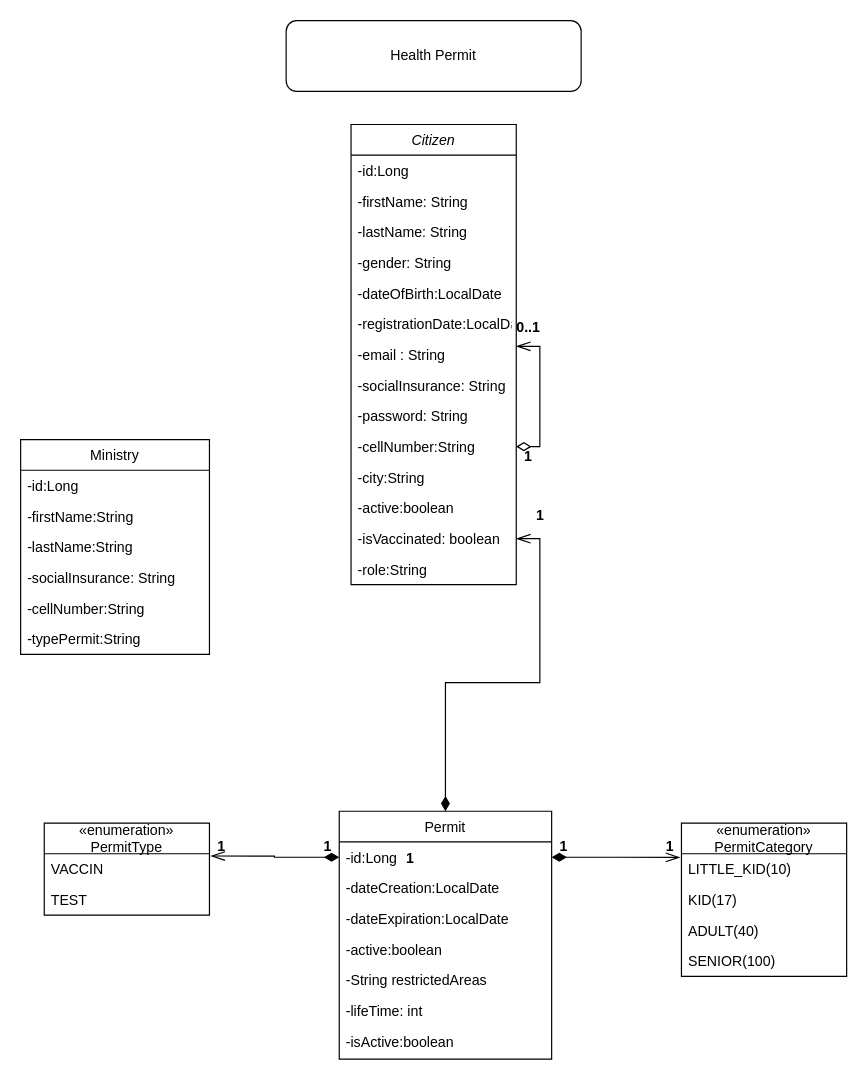
Above: umlQR.drawio in Moussa348/PermisSante (draw.io), before the change. Source tidied: cells renumbered, new cells numbered last; positions are measured from the earlier drawing's top-left corner, leaving out a move shared by most shapes. Both pictures are drawn from the tidied source at 118%, with x=0, y=0 at pixel (20, 20).
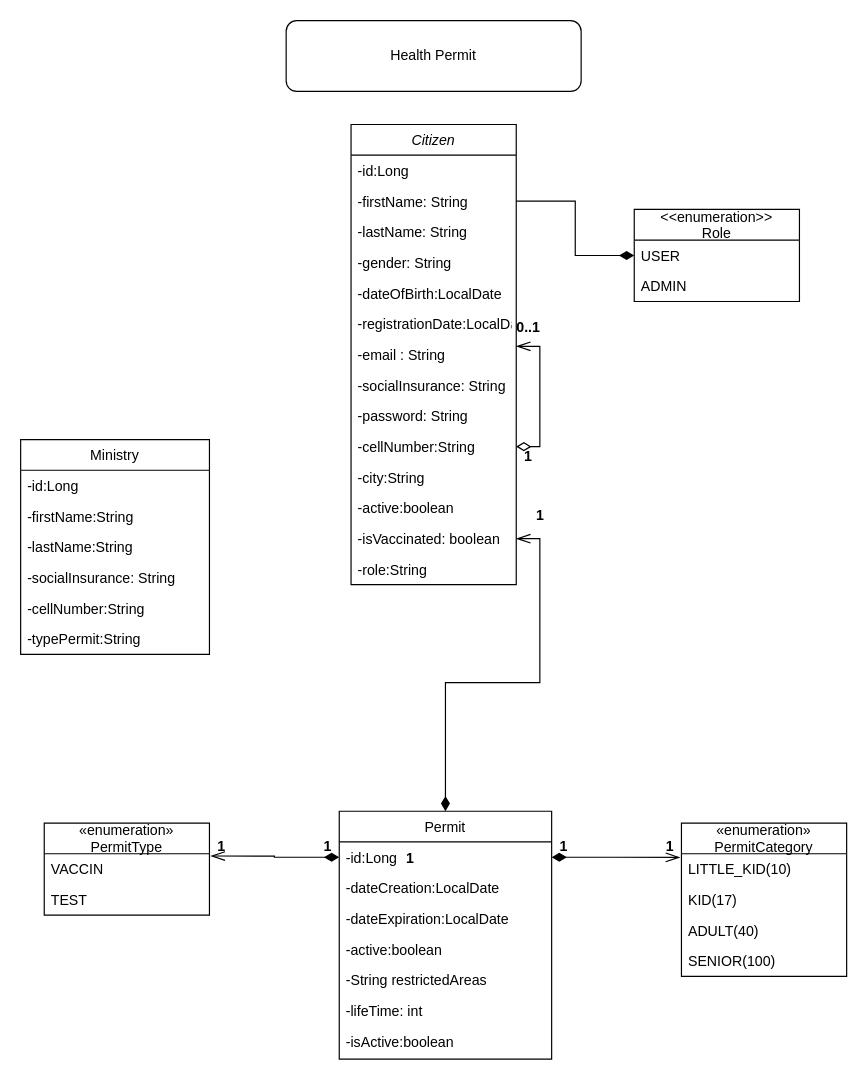
The same diagram, later.

Unchanged cells that the change refers to:
```xml
<mxCell id="4" value="-firstName: String" style="text;align=left;verticalAlign=top;spacingLeft=4;spacingRight=4;overflow=hidden;points=[[0,0.5],[1,0.5]];portConstraint=eastwest;" parent="2" vertex="1">
  <mxGeometry y="52" width="140" height="26" as="geometry" />
</mxCell>
```

The edit, as a diff of the source:
```diff
@@
+    <mxCell id="53" value="&lt;&lt;enumeration&gt;&gt;&#10;Role" style="swimlane;fontStyle=0;horizontal=1;startSize=26;fillColor=none;" parent="1" vertex="1">
+      <mxGeometry x="520" y="160" width="140" height="78" as="geometry" />
+    </mxCell>
+    <mxCell id="54" value="USER" style="text;strokeColor=none;fillColor=none;align=left;verticalAlign=top;spacingLeft=4;spacingRight=4;overflow=hidden;points=[[0,0.5],[1,0.5]];portConstraint=eastwest;" parent="53" vertex="1">
+      <mxGeometry y="26" width="140" height="26" as="geometry" />
+    </mxCell>
+    <mxCell id="55" value="ADMIN" style="text;strokeColor=none;fillColor=none;align=left;verticalAlign=top;spacingLeft=4;spacingRight=4;overflow=hidden;" parent="53" vertex="1">
+      <mxGeometry y="52" width="140" height="26" as="geometry" />
+    </mxCell>
+    <mxCell id="56" style="edgeStyle=orthogonalEdgeStyle;rounded=0;jettySize=auto;html=1;exitX=1;exitY=0.5;exitDx=0;exitDy=0;entryX=0;entryY=0.5;entryDx=0;entryDy=0;endArrow=diamondThin;endFill=1;endSize=10;" parent="1" edge="1" source="4" target="54">
+      <mxGeometry relative="1" as="geometry" />
+    </mxCell>
```
